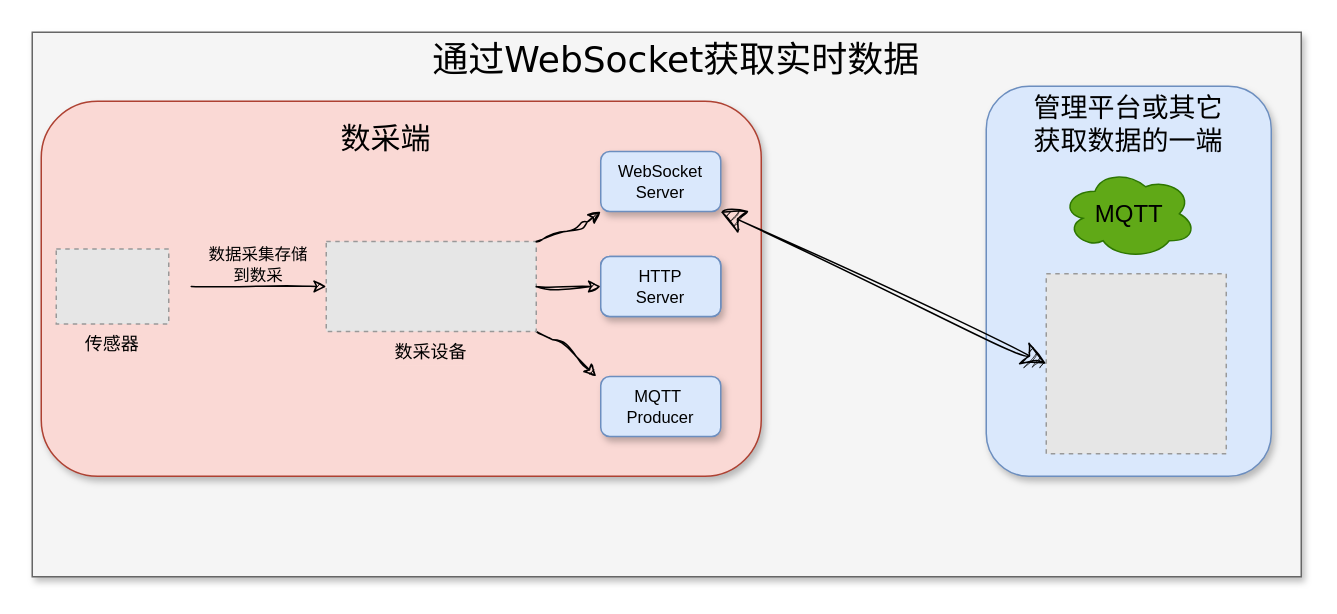
Above: page "第 2 页" (2 of 2) of drawio/dataFlow.drawio in raingnight/Blog_Pic (draw.io), before the change. Source tidied: cells renumbered, new cells numbered last; positions are measured from the earlier drawing's top-left corner, leaving out a move shared by most shapes. Both pictures are drawn from the tidied source at 150%, with x=0, y=0 at pixel (32, 32). Pictures stored in the file or linked from it are replaced by grey dashed boxes.
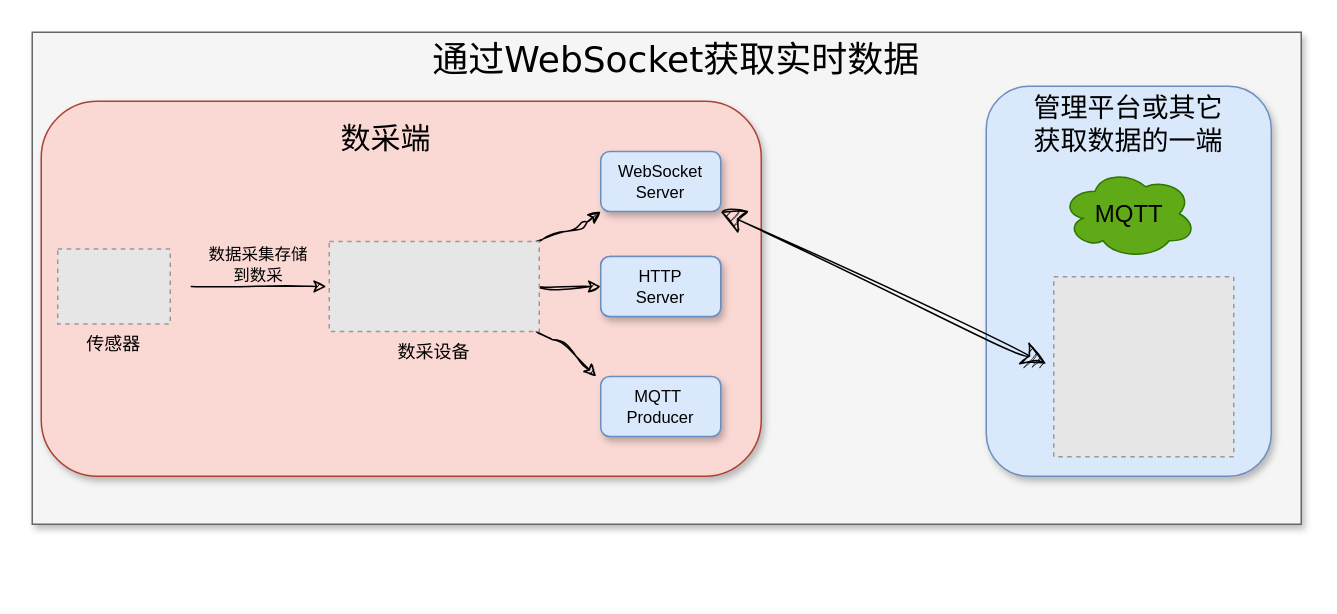
Above is the later version.

Unchanged cells that the change refers to:
```xml
<mxCell id="3" style="group;rounded=1;sketch=1;curveFitting=1;jiggle=2;" parent="1" vertex="1">
  <mxGeometry x="6" y="46" width="480" height="250" as="geometry" />
</mxCell>
<mxCell id="9" style="whiteSpace=wrap;html=1;verticalAlign=top;labelBackgroundColor=default;fontSize=11;fillColor=#dae8fc;strokeColor=#6c8ebf;rounded=1;shadow=0;" parent="8" vertex="1">
  <mxGeometry width="80" height="40" as="geometry" />
</mxCell>
<mxCell id="13" style="whiteSpace=wrap;html=1;verticalAlign=top;labelBackgroundColor=default;fontSize=11;fillColor=#dae8fc;strokeColor=#6c8ebf;rounded=1;shadow=1;" parent="12" vertex="1">
  <mxGeometry width="80" height="40" as="geometry" />
</mxCell>
<mxCell id="22" style="group;shadow=1;" parent="1" vertex="1">
  <mxGeometry x="636" y="36" width="190" height="260" as="geometry" />
</mxCell>
```

Diff of the diagram source:
```diff
@@
     <mxCell id="2" style="rounded=0;whiteSpace=wrap;html=1;shadow=1;sketch=0;hachureGap=4;jiggle=2;curveFitting=1;fontFamily=Verdana;fontSize=24;fillColor=#f5f5f5;strokeColor=#666666;fontColor=#333333;" parent="1" vertex="1">
-      <mxGeometry width="846" height="363" as="geometry" />
+      <mxGeometry width="846" height="328" as="geometry" />
     </mxCell>
@@
-    <mxCell id="5" style="edgeStyle=none;rounded=1;jettySize=auto;html=1;exitX=1;exitY=1;exitDx=0;exitDy=0;fontSize=11;fontColor=default;endArrow=classic;sourcePerimeterSpacing=8;targetPerimeterSpacing=8;sketch=1;curveFitting=1;jiggle=2;" parent="3" edge="1" source="6">
+    <mxCell id="5" style="edgeStyle=none;rounded=1;orthogonalLoop=1;jettySize=auto;html=1;exitX=1;exitY=1;exitDx=0;exitDy=0;fontSize=11;fontColor=default;endArrow=classic;sourcePerimeterSpacing=8;targetPerimeterSpacing=8;sketch=1;curveFitting=1;jiggle=2;" parent="3" edge="1">
       <mxGeometry relative="1" as="geometry">
+        <mxPoint x="330" y="153.5" as="sourcePoint" />
         <mxPoint x="370" y="183.5" as="targetPoint" />
         <Array as="points">
           <mxPoint x="350" y="163.5" />
         </Array>
       </mxGeometry>
     </mxCell>
-    <mxCell id="6" value="数采设备" style="fillColor=#E6E6E6;strokeColor=#999999;dashed=1;verticalLabelPosition=bottom;labelBackgroundColor=#fad9d5;verticalAlign=top;" parent="3" vertex="1">
-      <mxGeometry x="190" y="93.5" width="140" height="60" as="geometry" />
-    </mxCell>
-    <mxCell id="7" value="传感器" style="fillColor=#E6E6E6;strokeColor=#999999;dashed=1;verticalLabelPosition=bottom;labelBackgroundColor=#fad9d5;verticalAlign=top;" parent="3" vertex="1">
-      <mxGeometry x="10" y="98.5" width="75" height="50" as="geometry" />
-    </mxCell>
@@
-    <mxCell id="11" style="edgeStyle=none;rounded=1;jettySize=auto;html=1;exitX=1;exitY=0.5;exitDx=0;exitDy=0;entryX=0;entryY=0.5;entryDx=0;entryDy=0;fontSize=11;fontColor=default;endArrow=classic;sourcePerimeterSpacing=8;targetPerimeterSpacing=8;sketch=1;curveFitting=1;jiggle=2;" parent="3" edge="1" source="6" target="9">
-      <mxGeometry relative="1" as="geometry" />
+    <mxCell id="11" style="edgeStyle=none;rounded=1;jettySize=auto;html=1;exitX=1;exitY=0.5;exitDx=0;exitDy=0;entryX=0;entryY=0.5;entryDx=0;entryDy=0;fontSize=11;fontColor=default;endArrow=classic;sourcePerimeterSpacing=8;targetPerimeterSpacing=8;sketch=1;curveFitting=1;jiggle=2;" parent="3" edge="1" target="9">
+      <mxGeometry relative="1" as="geometry">
+        <mxPoint x="330" y="123.5" as="sourcePoint" />
+      </mxGeometry>
     </mxCell>
@@
-    <mxCell id="15" style="edgeStyle=none;rounded=1;jettySize=auto;html=1;exitX=1;exitY=0;exitDx=0;exitDy=0;entryX=0;entryY=1;entryDx=0;entryDy=0;fontSize=11;fontColor=default;endArrow=classic;sourcePerimeterSpacing=8;targetPerimeterSpacing=8;sketch=1;curveFitting=1;jiggle=2;" parent="3" edge="1" source="6" target="13">
+    <mxCell id="15" style="edgeStyle=none;rounded=1;jettySize=auto;html=1;exitX=1;exitY=0;exitDx=0;exitDy=0;entryX=0;entryY=1;entryDx=0;entryDy=0;fontSize=11;fontColor=default;endArrow=classic;sourcePerimeterSpacing=8;targetPerimeterSpacing=8;sketch=1;curveFitting=1;jiggle=2;" parent="3" edge="1" target="13">
       <mxGeometry relative="1" as="geometry">
+        <mxPoint x="330" y="93.5" as="sourcePoint" />
         <Array as="points">
           <mxPoint x="360" y="83.5" />
         </Array>
       </mxGeometry>
     </mxCell>
@@
-    <mxCell id="19" style="edgeStyle=orthogonalEdgeStyle;rounded=1;sketch=1;jettySize=auto;html=1;exitX=0.5;exitY=0;exitDx=0;exitDy=0;entryX=0;entryY=0.5;entryDx=0;entryDy=0;curved=1;" parent="3" edge="1" target="6">
+    <mxCell id="19" style="edgeStyle=orthogonalEdgeStyle;rounded=1;sketch=1;orthogonalLoop=1;jettySize=auto;html=1;exitX=0.5;exitY=0;exitDx=0;exitDy=0;entryX=0;entryY=0.5;entryDx=0;entryDy=0;curved=1;" parent="3" edge="1">
       <mxGeometry relative="1" as="geometry">
         <mxPoint x="100" y="123.5" as="sourcePoint" />
+        <mxPoint x="190" y="123.5" as="targetPoint" />
         <Array as="points">
           <mxPoint x="140" y="123.5" />
           <mxPoint x="140" y="123.5" />
         </Array>
       </mxGeometry>
     </mxCell>
@@
+    <mxCell id="6" value="数采设备" style="fillColor=#E6E6E6;strokeColor=#999999;dashed=1;verticalLabelPosition=bottom;labelBackgroundColor=#fad9d5;verticalAlign=top;" parent="3" vertex="1">
+      <mxGeometry x="192" y="93.5" width="140" height="60" as="geometry" />
+    </mxCell>
+    <mxCell id="7" value="传感器" style="fillColor=#E6E6E6;strokeColor=#999999;dashed=1;verticalLabelPosition=bottom;labelBackgroundColor=#fad9d5;verticalAlign=top;" parent="3" vertex="1">
+      <mxGeometry x="11" y="98.5" width="75" height="50" as="geometry" />
+    </mxCell>
@@
-    <mxCell id="27" style="fillColor=#E6E6E6;strokeColor=#999999;dashed=1;verticalLabelPosition=bottom;labelBackgroundColor=default;verticalAlign=top;" parent="22" vertex="1">
-      <mxGeometry x="40" y="125" width="120" height="120" as="geometry" />
-    </mxCell>
@@
+    <mxCell id="31" style="fillColor=#E6E6E6;strokeColor=#999999;dashed=1;verticalLabelPosition=bottom;labelBackgroundColor=default;verticalAlign=top;" parent="22" vertex="1">
+      <mxGeometry x="45" y="127" width="120" height="120" as="geometry" />
+    </mxCell>
@@
-    <mxCell id="30" style="edgeStyle=none;curved=1;rounded=0;sketch=1;hachureGap=4;jiggle=2;curveFitting=1;jettySize=auto;html=1;exitX=0;exitY=0.5;exitDx=0;exitDy=0;entryX=1;entryY=1;entryDx=0;entryDy=0;fontFamily=Verdana;fontSize=24;startArrow=classic;startFill=1;endArrow=classic;endFill=1;startSize=14;endSize=14;sourcePerimeterSpacing=8;targetPerimeterSpacing=8;" parent="1" edge="1" source="27" target="13">
-      <mxGeometry relative="1" as="geometry" />
+    <mxCell id="30" style="edgeStyle=none;curved=1;rounded=0;sketch=1;hachureGap=4;jiggle=2;curveFitting=1;jettySize=auto;html=1;exitX=0;exitY=0.5;exitDx=0;exitDy=0;entryX=1;entryY=1;entryDx=0;entryDy=0;fontFamily=Verdana;fontSize=24;startArrow=classic;startFill=1;endArrow=classic;endFill=1;startSize=14;endSize=14;sourcePerimeterSpacing=8;targetPerimeterSpacing=8;" parent="1" edge="1" target="13">
+      <mxGeometry relative="1" as="geometry">
+        <mxPoint x="676" y="221" as="sourcePoint" />
+      </mxGeometry>
     </mxCell>
```
